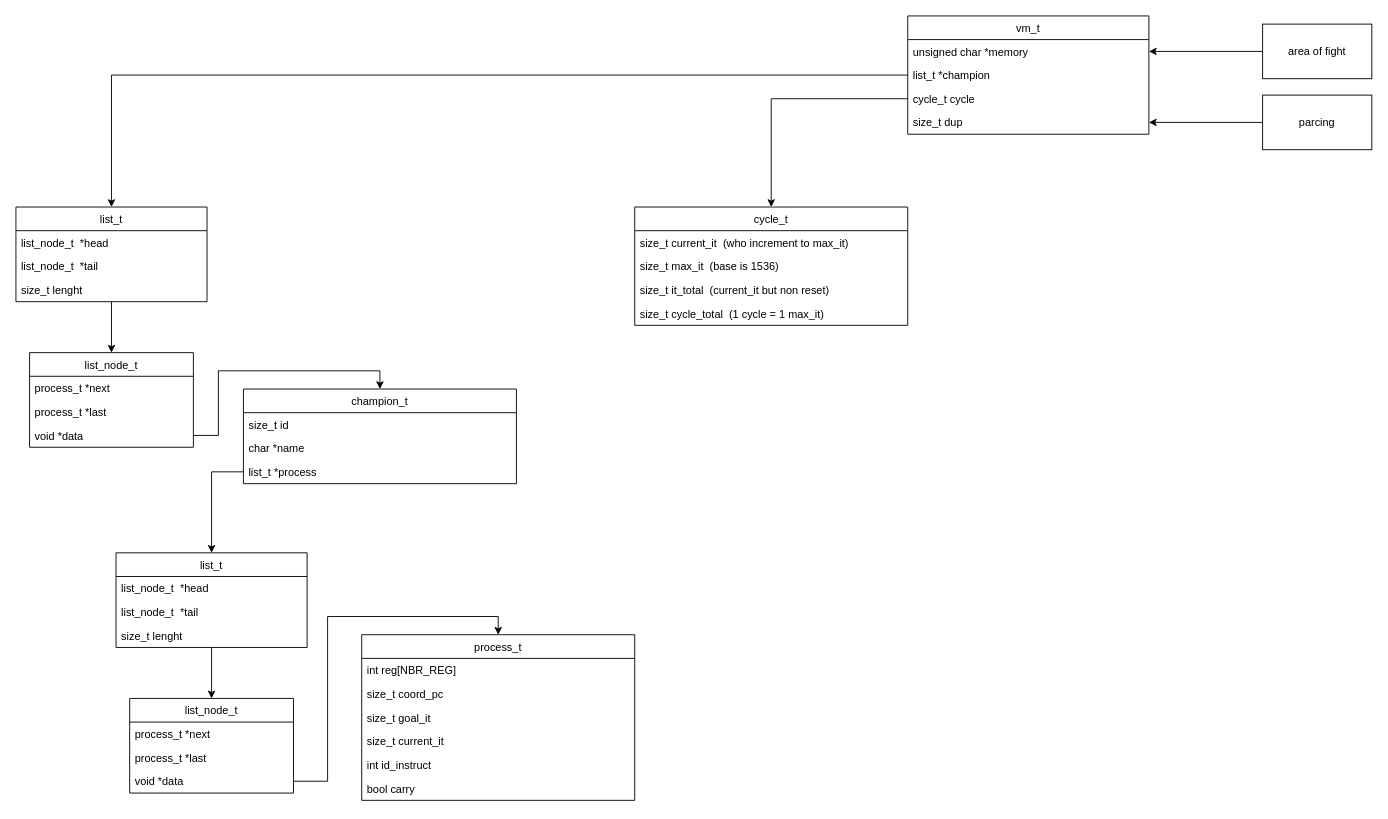
Before: corewar/archi/struct_tree.drawio in PierreMauger/Corewar, a draw.io diagram. Source tidied: cells renumbered, new cells numbered last; positions are measured from the earlier drawing's top-left corner, leaving out a move shared by most shapes. Both pictures are drawn from the tidied source at 91%, with x=0, y=0 at pixel (15, 15).
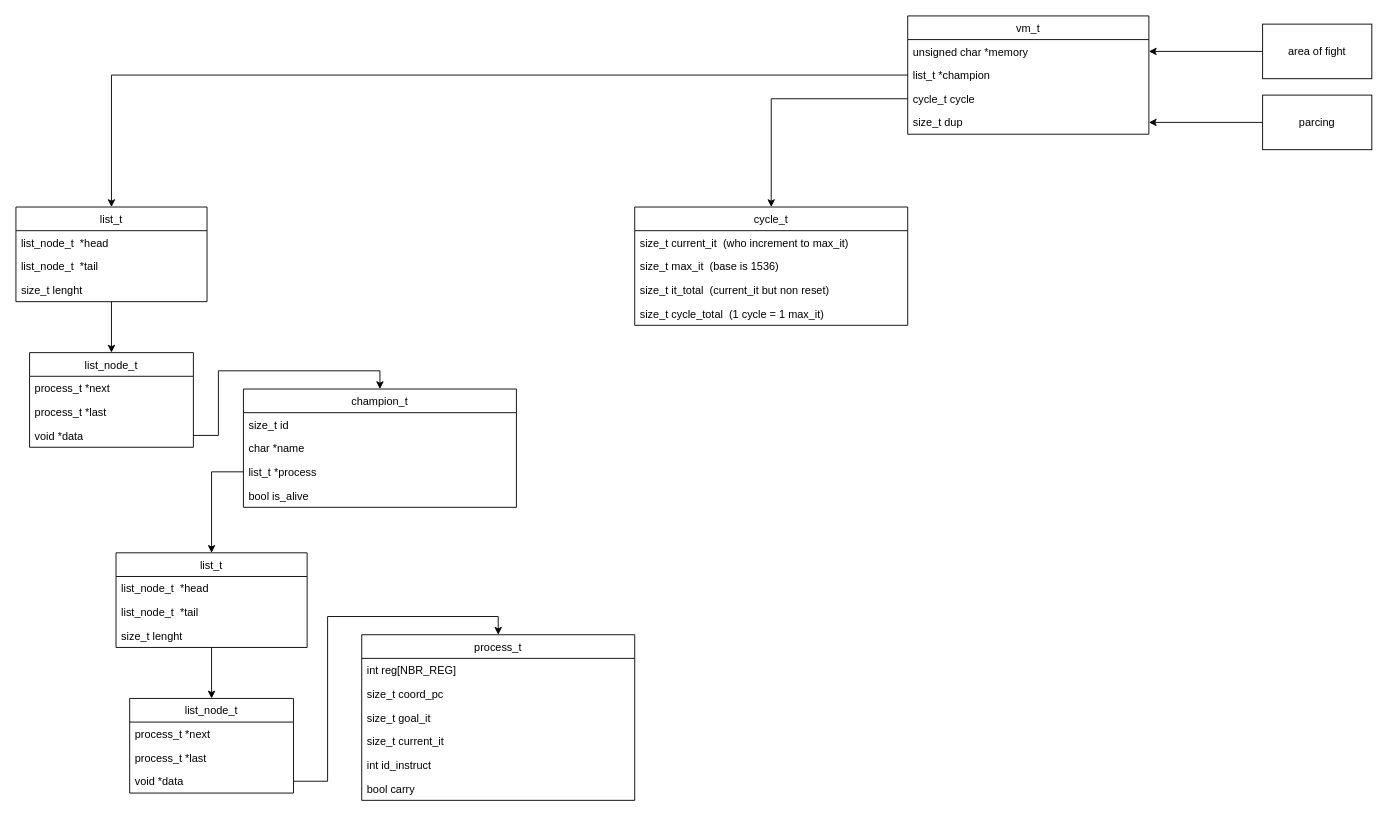
After the change.

Diff of the diagram source:
```diff
@@
     <mxCell id="17" value="champion_t" style="swimlane;fontStyle=0;horizontal=1;startSize=26;fillColor=none;" parent="1" vertex="1">
-      <mxGeometry x="250" y="410" width="300" height="104" as="geometry" />
+      <mxGeometry x="250" y="410" width="300" height="130" as="geometry" />
     </mxCell>
@@
+    <mxCell id="50" value="bool is_alive" style="text;strokeColor=none;fillColor=none;align=left;verticalAlign=top;spacingLeft=4;spacingRight=4;overflow=hidden;" parent="17" vertex="1">
+      <mxGeometry y="104" width="300" height="26" as="geometry" />
+    </mxCell>
```
